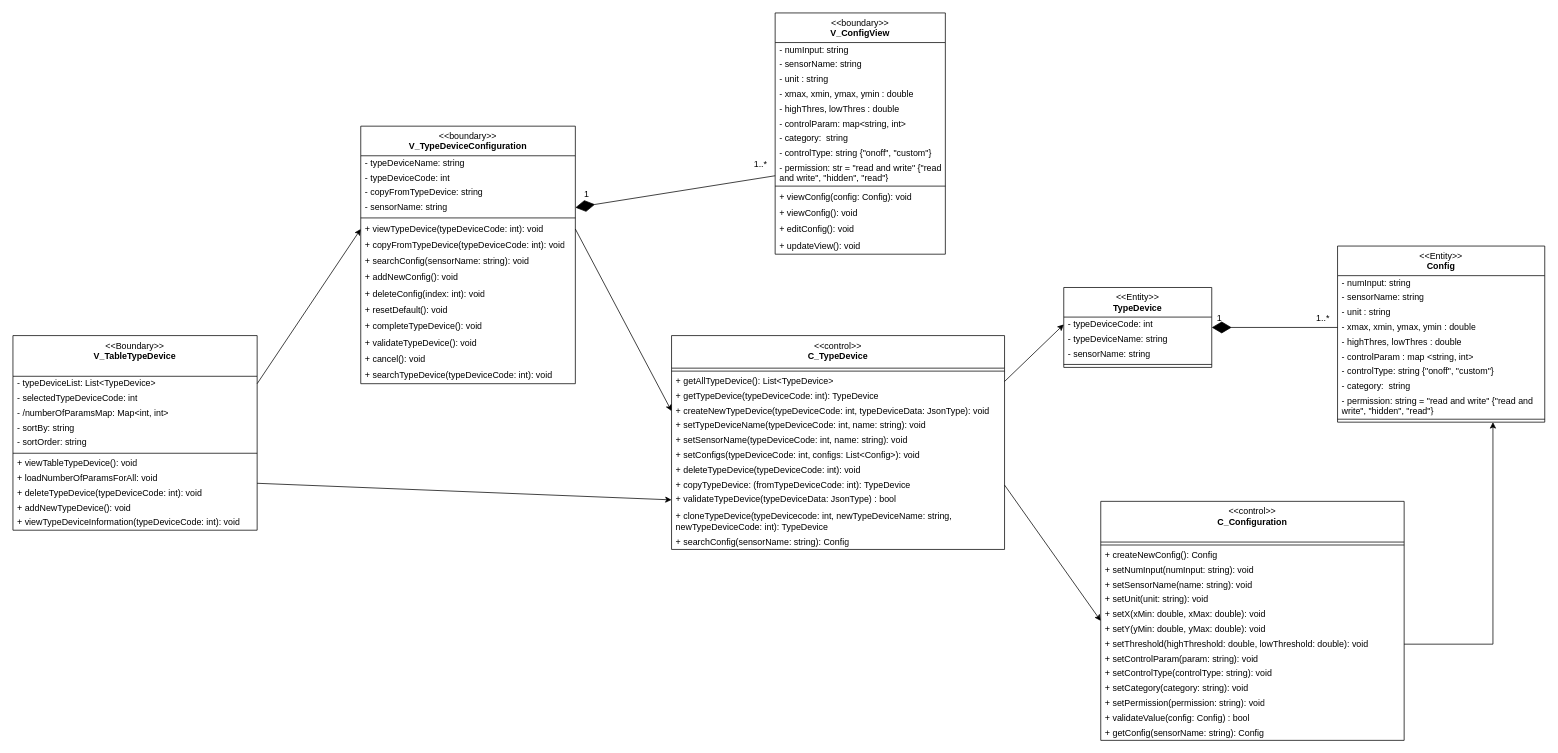
Above: Class diagram/type_device_management_class.drawio in cuongceg/BTL-IT3120 (draw.io), before the change. Source tidied: cells renumbered, new cells numbered last; positions are measured from the earlier drawing's top-left corner, leaving out a move shared by most shapes. Both pictures are drawn from the tidied source at 74%, with x=0, y=0 at pixel (13, 13).
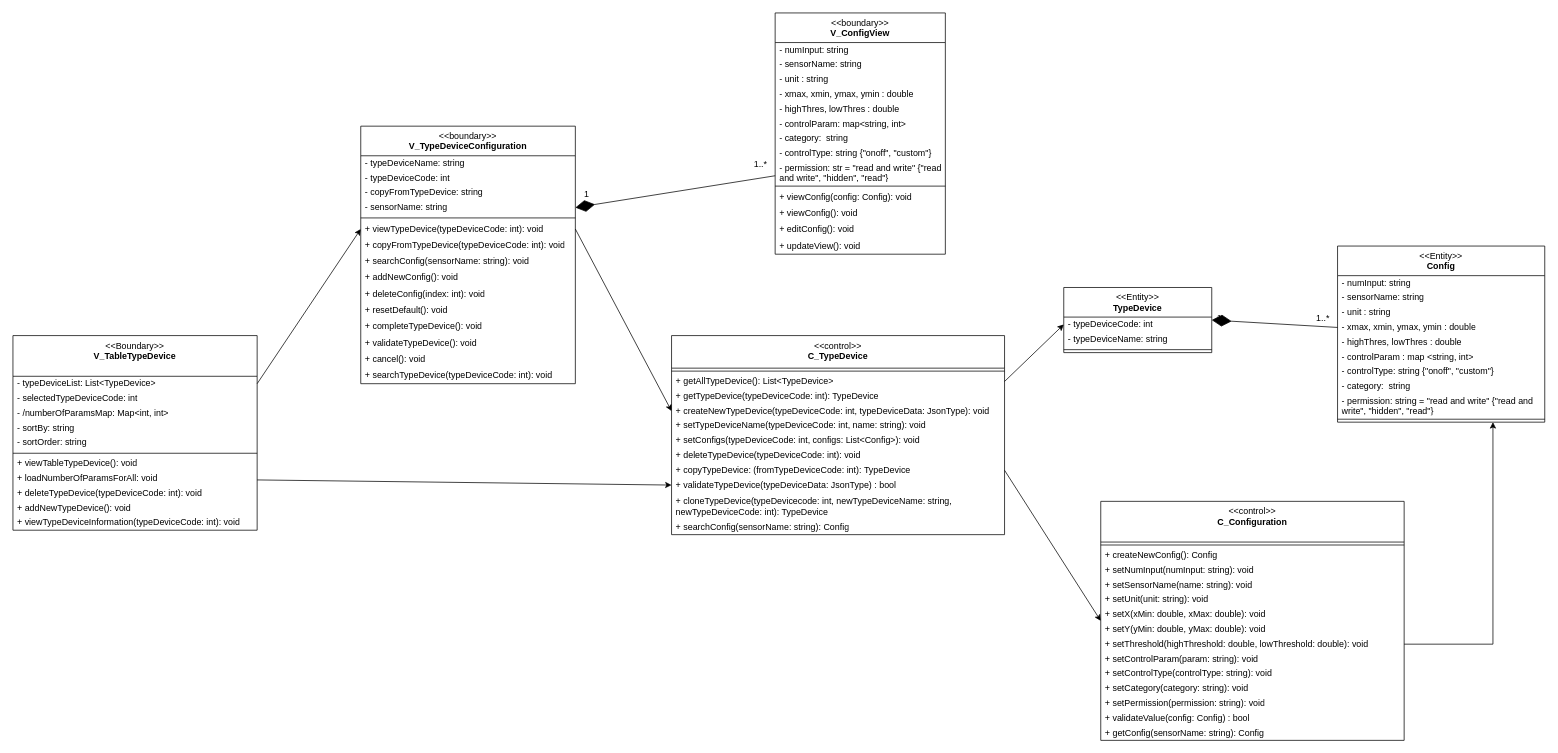
Above is the later version.

Commit message:
refactor: deleted sensor name of TypeDevice

Change to the diagram source:
```diff
@@
     <mxCell id="18" value="&amp;lt;&amp;lt;control&amp;gt;&amp;gt;&lt;br&gt;&lt;b&gt;C_TypeDevice&lt;/b&gt;&lt;div&gt;&lt;br&gt;&lt;/div&gt;" style="swimlane;fontStyle=0;align=center;verticalAlign=top;horizontal=1;startSize=44;html=1;whiteSpace=wrap;" parent="1" vertex="1">
-      <mxGeometry x="890" y="436" width="450" height="289" as="geometry" />
+      <mxGeometry x="890" y="436" width="450" height="269" as="geometry" />
     </mxCell>
@@
-    <mxCell id="24" value="&lt;div&gt;+ setSensorName(typeDeviceCode: int, name: string): void&lt;/div&gt;&lt;div&gt;&lt;br&gt;&lt;/div&gt;" style="text;html=1;strokeColor=none;fillColor=none;align=left;verticalAlign=middle;spacingLeft=4;spacingRight=4;overflow=hidden;whiteSpace=wrap;" parent="18" vertex="1">
-      <mxGeometry y="132" width="450" height="20" as="geometry" />
-    </mxCell>
     <mxCell id="25" value="&lt;div&gt;+ setConfigs(typeDeviceCode: int, configs: List&amp;lt;Config&amp;gt;): void&lt;/div&gt;&lt;div&gt;&lt;br&gt;&lt;/div&gt;" style="text;html=1;strokeColor=none;fillColor=none;align=left;verticalAlign=middle;spacingLeft=4;spacingRight=4;overflow=hidden;whiteSpace=wrap;" parent="18" vertex="1">
-      <mxGeometry y="152" width="450" height="20" as="geometry" />
+      <mxGeometry y="132" width="450" height="20" as="geometry" />
     </mxCell>
     <mxCell id="26" value="+ deleteTypeDevice(typeDeviceCode: int): void" style="text;html=1;strokeColor=none;fillColor=none;align=left;verticalAlign=middle;spacingLeft=4;spacingRight=4;overflow=hidden;whiteSpace=wrap;" parent="18" vertex="1">
-      <mxGeometry y="172" width="450" height="20" as="geometry" />
+      <mxGeometry y="152" width="450" height="20" as="geometry" />
     </mxCell>
     <mxCell id="27" value="&lt;div&gt;+ copyTypeDevice: (fromTypeDeviceCode: int):&amp;nbsp;TypeDevice &lt;br&gt;&lt;/div&gt;" style="text;html=1;strokeColor=none;fillColor=none;align=left;verticalAlign=middle;spacingLeft=4;spacingRight=4;overflow=hidden;points=[[0,0.5],[1,0.5]];portConstraint=eastwest;whiteSpace=wrap;" parent="18" vertex="1">
-      <mxGeometry y="192" width="450" height="20" as="geometry" />
+      <mxGeometry y="172" width="450" height="20" as="geometry" />
     </mxCell>
     <mxCell id="28" value="+ validateTypeDevice(typeDeviceData: JsonType) : bool" style="text;html=1;strokeColor=none;fillColor=none;align=left;verticalAlign=middle;spacingLeft=4;spacingRight=4;overflow=hidden;points=[[0,0.5],[1,0.5]];portConstraint=eastwest;whiteSpace=wrap;" parent="18" vertex="1">
-      <mxGeometry y="212" width="450" height="20" as="geometry" />
+      <mxGeometry y="192" width="450" height="20" as="geometry" />
     </mxCell>
     <mxCell id="29" value="+ cloneTypeDevice(typeDevicecode: int, newTypeDeviceName: string, newTypeDeviceCode: int): TypeDevice" style="text;html=1;strokeColor=none;fillColor=none;align=left;verticalAlign=middle;spacingLeft=4;spacingRight=4;overflow=hidden;whiteSpace=wrap;" parent="18" vertex="1">
-      <mxGeometry y="232" width="450" height="37" as="geometry" />
+      <mxGeometry y="212" width="450" height="37" as="geometry" />
     </mxCell>
     <mxCell id="30" value="+ searchConfig(sensorName: string): Config" style="text;html=1;strokeColor=none;fillColor=none;align=left;verticalAlign=middle;spacingLeft=4;spacingRight=4;overflow=hidden;whiteSpace=wrap;" parent="18" vertex="1">
-      <mxGeometry y="269" width="450" height="20" as="geometry" />
+      <mxGeometry y="249" width="450" height="20" as="geometry" />
     </mxCell>
     <mxCell id="31" value="&lt;div&gt;&amp;lt;&amp;lt;Entity&amp;gt;&amp;gt;&lt;/div&gt;&lt;div&gt;&lt;b&gt;TypeDevice&lt;/b&gt;&lt;/div&gt;&lt;div&gt;&lt;br&gt;&lt;/div&gt;" style="swimlane;fontStyle=0;align=center;verticalAlign=top;horizontal=1;startSize=40;html=1;whiteSpace=wrap;" parent="1" vertex="1">
-      <mxGeometry x="1420" y="371" width="200" height="108" as="geometry" />
+      <mxGeometry x="1420" y="371" width="200" height="88" as="geometry" />
     </mxCell>
@@
-    <mxCell id="34" value="&lt;div&gt;- sensorName: string&lt;/div&gt;&lt;div&gt;&lt;br&gt;&lt;/div&gt;" style="text;html=1;strokeColor=none;fillColor=none;align=left;verticalAlign=middle;spacingLeft=4;spacingRight=4;overflow=hidden;whiteSpace=wrap;" parent="31" vertex="1">
-      <mxGeometry y="80" width="200" height="20" as="geometry" />
-    </mxCell>
     <mxCell id="35" style="line;strokeWidth=1;fillColor=none;align=left;verticalAlign=middle;spacingTop=-1;spacingLeft=3;spacingRight=3;labelPosition=right;" parent="31" vertex="1">
-      <mxGeometry y="100" width="200" height="8" as="geometry" />
+      <mxGeometry y="80" width="200" height="8" as="geometry" />
     </mxCell>
```
